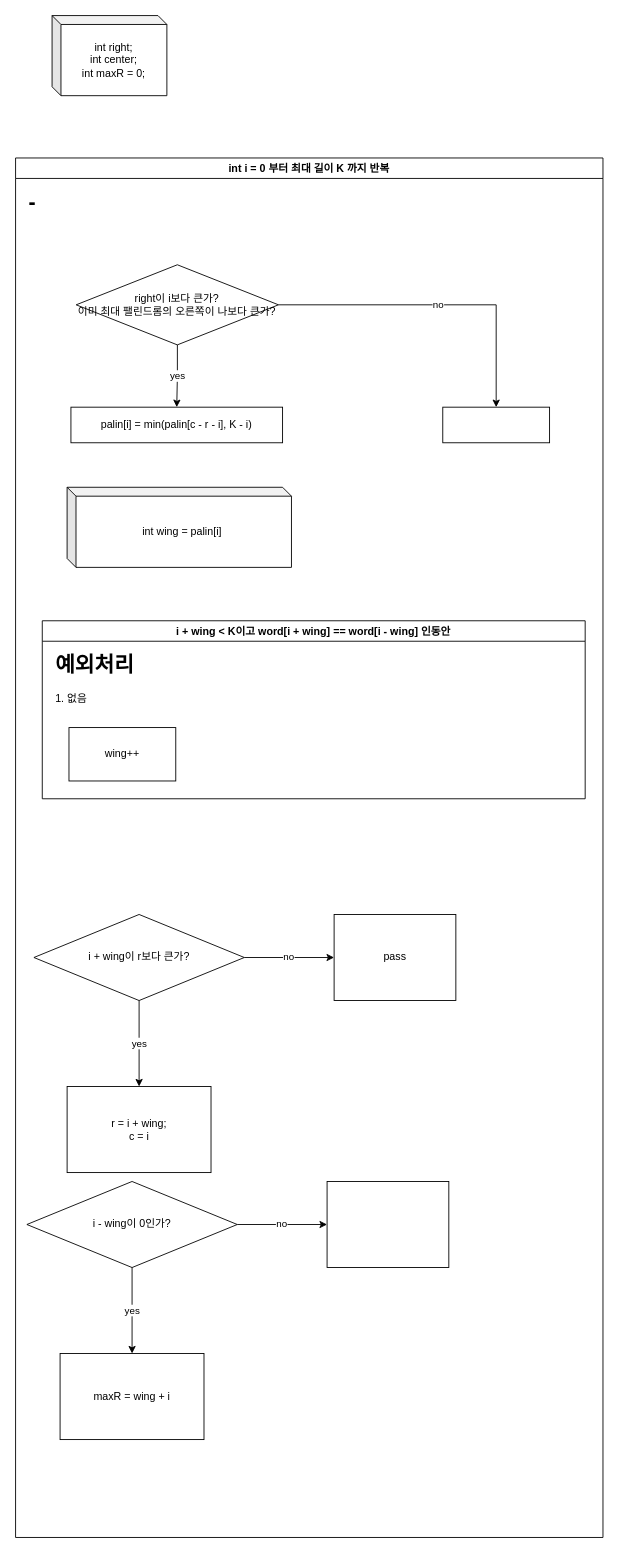
This is C++/HARD/214. Shortest Palindrome.drawio from sangbumlikeagod/Leetcode_page, a draw.io file, before an edit. Source tidied: cells renumbered, new cells numbered last; positions are measured from the earlier drawing's top-left corner, leaving out a move shared by most shapes. Both pictures are drawn from the tidied source at 89%, with x=0, y=0 at pixel (15, 15).
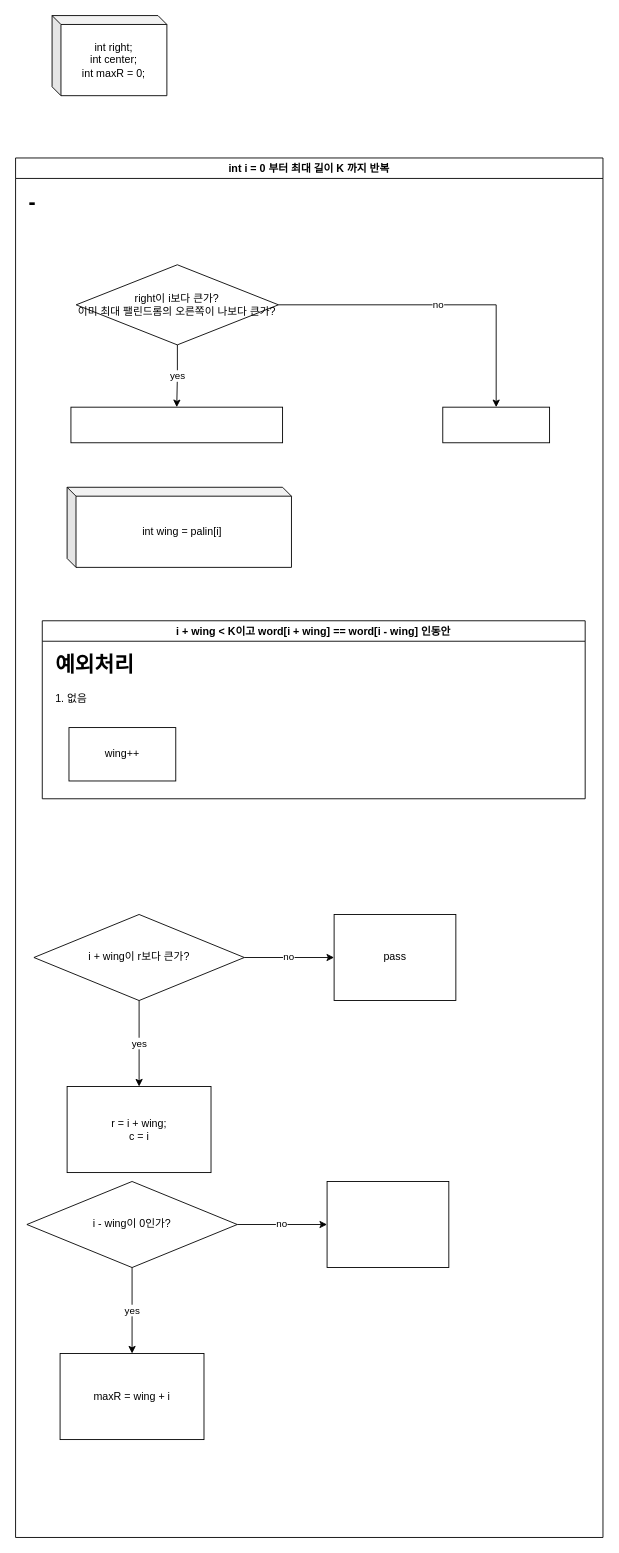
After the change.

Unchanged cells that the change refers to:
```xml
<mxCell id="3" value="int i = 0 부터 최대 길이 K 까지 반복" style="swimlane;whiteSpace=wrap;html=1;" parent="1" vertex="1">
  <mxGeometry y="160" width="660" height="1550" as="geometry" />
</mxCell>
```

What changed in the source:
```diff
@@
-    <mxCell id="6" value="palin[i] = min(palin[c - r - i], K - i)" style="whiteSpace=wrap;html=1;rounded=0;" parent="3" vertex="1">
+    <mxCell id="6" value="&amp;nbsp;" style="whiteSpace=wrap;html=1;rounded=0;" parent="3" vertex="1">
       <mxGeometry x="62.2" y="280" width="237.8" height="40" as="geometry" />
     </mxCell>
```
